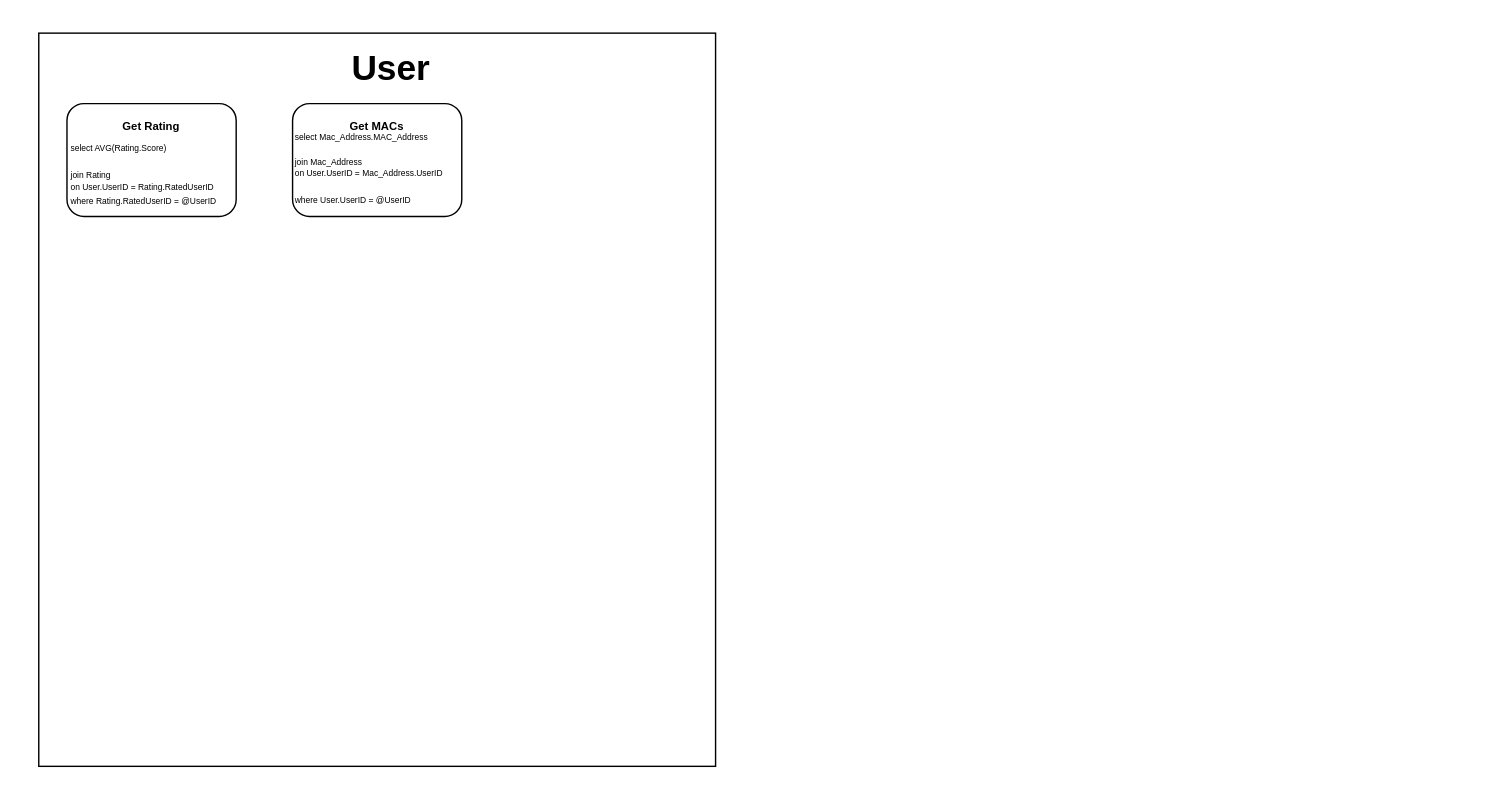
TheOnlyKingKev/Abschreibeboerse keeps this draw.io diagram as page "SQL" (2 of 3) of Abschreibeboerse.drawio. Above is the earlier version. Source tidied: cells renumbered, new cells numbered last; positions are measured from the earlier drawing's top-left corner, leaving out a move shared by most shapes. Both pictures are drawn from the tidied source at 141%, with x=0, y=0 at pixel (38, 32).
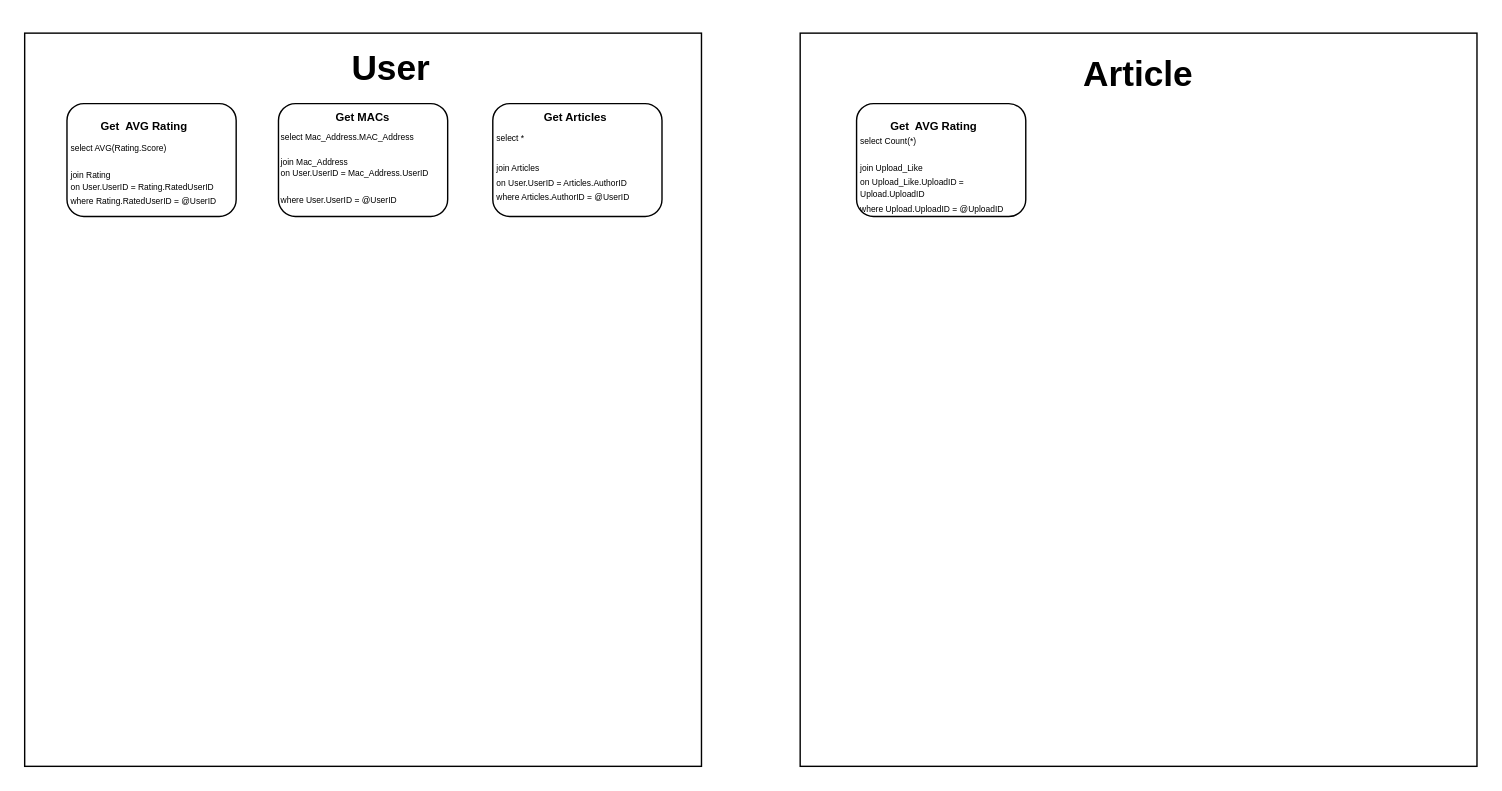
The same page after the edit.

What changed in the source:
```diff
@@
     <mxCell id="2" style="rounded=0;whiteSpace=wrap;html=1;" parent="1" vertex="1">
-      <mxGeometry width="480" height="520" as="geometry" />
+      <mxGeometry x="-10" width="480" height="520" as="geometry" />
     </mxCell>
@@
+    <mxCell id="10" style="group;" parent="1" vertex="1">
+      <mxGeometry x="20" y="50" width="121" height="80" as="geometry" />
+    </mxCell>
-    <mxCell id="4" style="rounded=1;whiteSpace=wrap;html=1;" parent="1" vertex="1">
-      <mxGeometry x="20" y="50" width="120" height="80" as="geometry" />
+    <mxCell id="4" style="rounded=1;whiteSpace=wrap;html=1;" parent="10" vertex="1">
+      <mxGeometry width="120" height="80" as="geometry" />
     </mxCell>
-    <mxCell id="5" value="&lt;h4&gt;&lt;font style=&quot;&quot;&gt;&lt;font style=&quot;font-size: 8px;&quot;&gt;Get Rating&lt;/font&gt;&lt;/font&gt;&lt;/h4&gt;" style="text;html=1;whiteSpace=wrap;strokeColor=none;fillColor=none;align=center;verticalAlign=middle;rounded=0;" parent="1" vertex="1">
-      <mxGeometry x="50" y="50" width="60" height="30" as="geometry" />
+    <mxCell id="5" value="&lt;h4&gt;&lt;font style=&quot;&quot;&gt;&lt;font style=&quot;font-size: 8px;&quot;&gt;Get&amp;nbsp; AVG Rating&lt;/font&gt;&lt;/font&gt;&lt;/h4&gt;" style="text;html=1;whiteSpace=wrap;strokeColor=none;fillColor=none;align=center;verticalAlign=middle;rounded=0;" parent="10" vertex="1">
+      <mxGeometry x="20" width="70" height="30" as="geometry" />
     </mxCell>
-    <mxCell id="6" value="&lt;div&gt;&lt;div&gt;&lt;font style=&quot;font-size: 6px;&quot;&gt;select AVG(Rating.Score)&lt;/font&gt;&lt;/div&gt;&lt;div&gt;&lt;font style=&quot;font-size: 6px;&quot;&gt;&lt;br&gt;&lt;/font&gt;&lt;/div&gt;&lt;div&gt;&lt;font style=&quot;font-size: 6px;&quot;&gt;join Rating&amp;nbsp;&lt;/font&gt;&lt;/div&gt;&lt;div&gt;&lt;font style=&quot;font-size: 6px;&quot;&gt;on User.UserID = Rating.RatedUserID&lt;/font&gt;&lt;/div&gt;&lt;div&gt;&lt;font style=&quot;font-size: 6px;&quot;&gt;where Rating.RatedUserID = @UserID&lt;/font&gt;&lt;/div&gt;&lt;/div&gt;" style="text;html=1;whiteSpace=wrap;strokeColor=none;fillColor=none;align=left;verticalAlign=middle;rounded=0;fontSize=8;" parent="1" vertex="1">
-      <mxGeometry x="21" y="75" width="120" height="50" as="geometry" />
+    <mxCell id="6" value="&lt;div&gt;&lt;div&gt;&lt;font style=&quot;font-size: 6px;&quot;&gt;select AVG(Rating.Score)&lt;/font&gt;&lt;/div&gt;&lt;div&gt;&lt;font style=&quot;font-size: 6px;&quot;&gt;&lt;br&gt;&lt;/font&gt;&lt;/div&gt;&lt;div&gt;&lt;font style=&quot;font-size: 6px;&quot;&gt;join Rating&amp;nbsp;&lt;/font&gt;&lt;/div&gt;&lt;div&gt;&lt;font style=&quot;font-size: 6px;&quot;&gt;on User.UserID = Rating.RatedUserID&lt;/font&gt;&lt;/div&gt;&lt;div&gt;&lt;font style=&quot;font-size: 6px;&quot;&gt;where Rating.RatedUserID = @UserID&lt;/font&gt;&lt;/div&gt;&lt;/div&gt;" style="text;html=1;whiteSpace=wrap;strokeColor=none;fillColor=none;align=left;verticalAlign=middle;rounded=0;fontSize=8;" parent="10" vertex="1">
+      <mxGeometry x="1" y="25" width="120" height="50" as="geometry" />
     </mxCell>
+    <mxCell id="11" style="group;" parent="1" vertex="1">
+      <mxGeometry x="275" y="44" width="150" height="86" as="geometry" />
+    </mxCell>
+    <mxCell id="12" style="group;" parent="11" vertex="1">
+      <mxGeometry x="47" width="151" height="86" as="geometry" />
+    </mxCell>
+    <mxCell id="13" style="rounded=1;whiteSpace=wrap;html=1;" parent="12" vertex="1">
+      <mxGeometry y="6" width="120" height="80" as="geometry" />
+    </mxCell>
+    <mxCell id="14" value="&lt;div style=&quot;line-height: 70%;&quot;&gt;&lt;div&gt;&lt;span style=&quot;font-size: 6px;&quot;&gt;select *&lt;/span&gt;&lt;/div&gt;&lt;div&gt;&lt;span style=&quot;font-size: 6px;&quot;&gt;&lt;br&gt;&lt;/span&gt;&lt;/div&gt;&lt;div&gt;&lt;span style=&quot;font-size: 6px;&quot;&gt;join Articles&lt;/span&gt;&lt;/div&gt;&lt;div&gt;&lt;span style=&quot;font-size: 6px;&quot;&gt;on User.UserID = Articles.AuthorID&lt;/span&gt;&lt;/div&gt;&lt;div&gt;&lt;span style=&quot;font-size: 6px;&quot;&gt;where Articles.AuthorID = @UserID&lt;/span&gt;&lt;/div&gt;&lt;/div&gt;" style="text;html=1;whiteSpace=wrap;strokeColor=none;fillColor=none;align=left;verticalAlign=middle;rounded=0;" parent="12" vertex="1">
+      <mxGeometry x="1" y="26" width="150" height="50" as="geometry" />
+    </mxCell>
+    <mxCell id="15" value="&lt;h4&gt;&lt;font style=&quot;&quot;&gt;&lt;font style=&quot;font-size: 8px;&quot;&gt;Get Articles&amp;nbsp;&lt;/font&gt;&lt;/font&gt;&lt;/h4&gt;" style="text;html=1;whiteSpace=wrap;strokeColor=none;fillColor=none;align=center;verticalAlign=middle;rounded=0;" parent="12" vertex="1">
+      <mxGeometry x="20" width="80" height="30" as="geometry" />
+    </mxCell>
+    <mxCell id="16" style="group;" parent="1" vertex="1">
+      <mxGeometry x="170" y="44" width="150" height="86" as="geometry" />
+    </mxCell>
-    <mxCell id="7" style="rounded=1;whiteSpace=wrap;html=1;" parent="1" vertex="1">
-      <mxGeometry x="180" y="50" width="120" height="80" as="geometry" />
+    <mxCell id="7" style="rounded=1;whiteSpace=wrap;html=1;" parent="16" vertex="1">
+      <mxGeometry y="6" width="120" height="80" as="geometry" />
     </mxCell>
+    <mxCell id="9" value="&lt;div style=&quot;line-height: 70%;&quot;&gt;&lt;div&gt;&lt;span style=&quot;font-size: 6px; line-height: 70%;&quot;&gt;select Mac_Address.MAC_Address&lt;/span&gt;&lt;/div&gt;&lt;div&gt;&lt;span style=&quot;font-size: 6px; line-height: 90%;&quot;&gt;&lt;br&gt;&lt;/span&gt;&lt;/div&gt;&lt;div&gt;&lt;span style=&quot;font-size: 6px; line-height: 70%;&quot;&gt;join Mac_Address&lt;/span&gt;&lt;/div&gt;&lt;div&gt;&lt;span style=&quot;font-size: 6px; line-height: 70%;&quot;&gt;on User.UserID = Mac_Address.UserID&lt;/span&gt;&lt;/div&gt;&lt;div&gt;&lt;span style=&quot;font-size: 6px; background-color: transparent; color: light-dark(rgb(0, 0, 0), rgb(255, 255, 255));&quot;&gt;&lt;br&gt;&lt;/span&gt;&lt;/div&gt;&lt;div&gt;&lt;span style=&quot;font-size: 6px; background-color: transparent; color: light-dark(rgb(0, 0, 0), rgb(255, 255, 255));&quot;&gt;where User.UserID = @UserID&lt;/span&gt;&lt;/div&gt;&lt;/div&gt;" style="text;html=1;whiteSpace=wrap;strokeColor=none;fillColor=none;align=left;verticalAlign=middle;rounded=0;" parent="16" vertex="1">
+      <mxGeometry y="26" width="150" height="50" as="geometry" />
+    </mxCell>
-    <mxCell id="8" value="&lt;h4&gt;&lt;font style=&quot;&quot;&gt;&lt;font style=&quot;font-size: 8px;&quot;&gt;Get MACs&lt;/font&gt;&lt;/font&gt;&lt;/h4&gt;" style="text;html=1;whiteSpace=wrap;strokeColor=none;fillColor=none;align=center;verticalAlign=middle;rounded=0;" parent="1" vertex="1">
-      <mxGeometry x="210" y="50" width="60" height="30" as="geometry" />
+    <mxCell id="8" value="&lt;h4&gt;&lt;font style=&quot;&quot;&gt;&lt;font style=&quot;font-size: 8px;&quot;&gt;Get MACs&lt;/font&gt;&lt;/font&gt;&lt;/h4&gt;" style="text;html=1;whiteSpace=wrap;strokeColor=none;fillColor=none;align=center;verticalAlign=middle;rounded=0;" parent="16" vertex="1">
+      <mxGeometry x="30" width="60" height="30" as="geometry" />
     </mxCell>
-    <mxCell id="9" value="&lt;div style=&quot;line-height: 70%;&quot;&gt;&lt;div&gt;&lt;span style=&quot;font-size: 6px; line-height: 70%;&quot;&gt;select Mac_Address.MAC_Address&lt;/span&gt;&lt;/div&gt;&lt;div&gt;&lt;span style=&quot;font-size: 6px; line-height: 90%;&quot;&gt;&lt;br&gt;&lt;/span&gt;&lt;/div&gt;&lt;div&gt;&lt;span style=&quot;font-size: 6px; line-height: 70%;&quot;&gt;join Mac_Address&lt;/span&gt;&lt;/div&gt;&lt;div&gt;&lt;span style=&quot;font-size: 6px; line-height: 70%;&quot;&gt;on User.UserID = Mac_Address.UserID&lt;/span&gt;&lt;/div&gt;&lt;div&gt;&lt;span style=&quot;font-size: 6px; background-color: transparent; color: light-dark(rgb(0, 0, 0), rgb(255, 255, 255));&quot;&gt;&lt;br&gt;&lt;/span&gt;&lt;/div&gt;&lt;div&gt;&lt;span style=&quot;font-size: 6px; background-color: transparent; color: light-dark(rgb(0, 0, 0), rgb(255, 255, 255));&quot;&gt;where User.UserID = @UserID&lt;/span&gt;&lt;/div&gt;&lt;/div&gt;" style="text;html=1;whiteSpace=wrap;strokeColor=none;fillColor=none;align=left;verticalAlign=middle;rounded=0;" parent="1" vertex="1">
-      <mxGeometry x="180" y="70" width="150" height="50" as="geometry" />
-    </mxCell>
+    <mxCell id="17" style="rounded=0;whiteSpace=wrap;html=1;" parent="1" vertex="1">
+      <mxGeometry x="540" width="480" height="520" as="geometry" />
+    </mxCell>
+    <mxCell id="18" value="&lt;h1&gt;&lt;font style=&quot;font-size: 25px;&quot;&gt;&lt;b style=&quot;&quot;&gt;Article&lt;/b&gt;&lt;/font&gt;&lt;/h1&gt;" style="text;html=1;whiteSpace=wrap;strokeColor=none;fillColor=none;align=center;verticalAlign=middle;rounded=0;" parent="1" vertex="1">
+      <mxGeometry x="740" y="14" width="80" height="30" as="geometry" />
+    </mxCell>
+    <mxCell id="19" style="group;" parent="1" vertex="1">
+      <mxGeometry x="580" y="50" width="121" height="80" as="geometry" />
+    </mxCell>
+    <mxCell id="20" style="rounded=1;whiteSpace=wrap;html=1;" parent="19" vertex="1">
+      <mxGeometry width="120" height="80" as="geometry" />
+    </mxCell>
+    <mxCell id="21" value="&lt;h4&gt;&lt;font style=&quot;&quot;&gt;&lt;font style=&quot;font-size: 8px;&quot;&gt;Get&amp;nbsp; AVG Rating&lt;/font&gt;&lt;/font&gt;&lt;/h4&gt;" style="text;html=1;whiteSpace=wrap;strokeColor=none;fillColor=none;align=center;verticalAlign=middle;rounded=0;" parent="19" vertex="1">
+      <mxGeometry x="20" width="70" height="30" as="geometry" />
+    </mxCell>
+    <mxCell id="22" value="&lt;div&gt;&lt;span style=&quot;font-size: 6px;&quot;&gt;select Count(*)&lt;/span&gt;&lt;/div&gt;&lt;div&gt;&lt;span style=&quot;font-size: 6px;&quot;&gt;&lt;br&gt;&lt;/span&gt;&lt;/div&gt;&lt;div&gt;&lt;span style=&quot;font-size: 6px;&quot;&gt;join Upload_Like&amp;nbsp;&lt;/span&gt;&lt;/div&gt;&lt;div&gt;&lt;span style=&quot;font-size: 6px;&quot;&gt;on Upload_Like.UploadID = Upload.UploadID&lt;/span&gt;&lt;/div&gt;&lt;div&gt;&lt;span style=&quot;font-size: 6px;&quot;&gt;where Upload.UploadID = @UploadID&lt;/span&gt;&lt;/div&gt;" style="text;html=1;whiteSpace=wrap;strokeColor=none;fillColor=none;align=left;verticalAlign=middle;rounded=0;fontSize=8;" parent="19" vertex="1">
+      <mxGeometry x="1" y="25" width="120" height="50" as="geometry" />
+    </mxCell>
```
